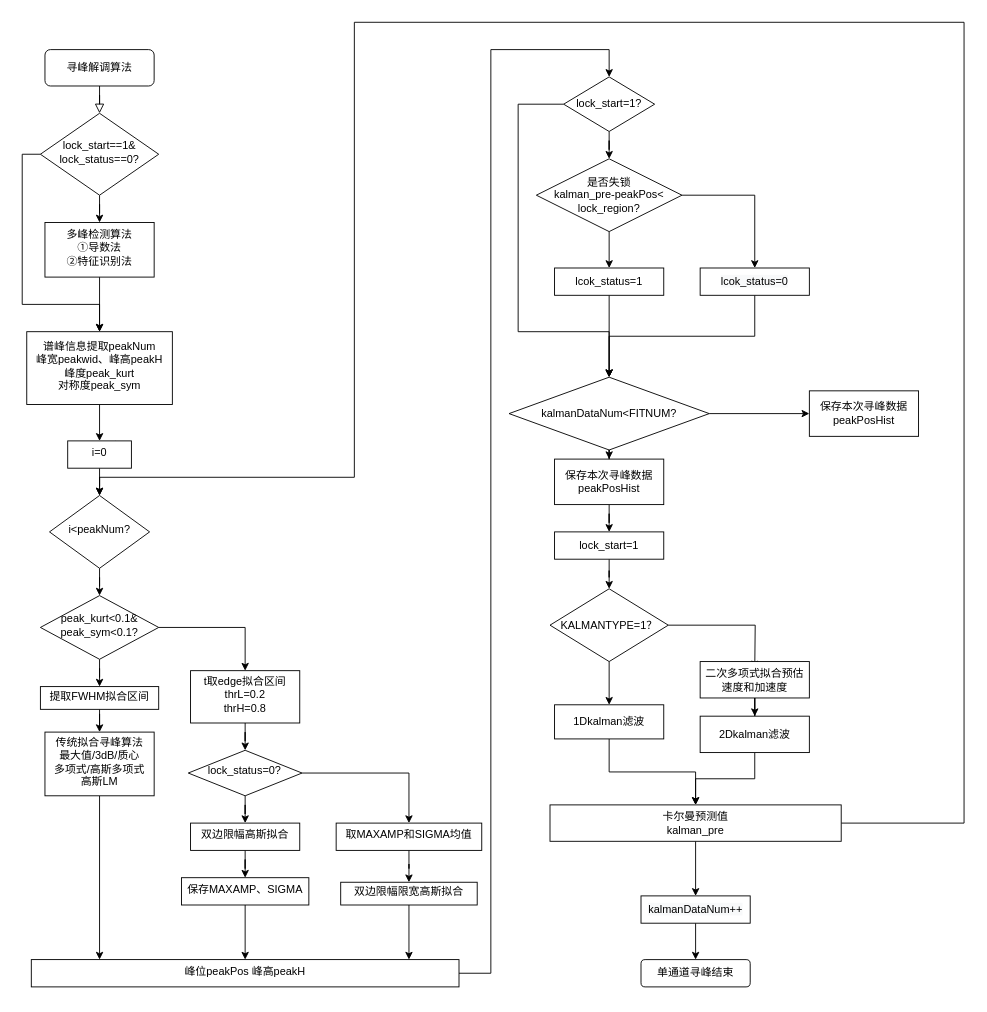
Before: Untitled Diagram.drawio in xsl11/HelloWorld, a draw.io diagram. Source tidied: cells renumbered, new cells numbered last; positions are measured from the earlier drawing's top-left corner, leaving out a move shared by most shapes. Both pictures are drawn from the tidied source at 91%, with x=0, y=0 at pixel (22, 22).
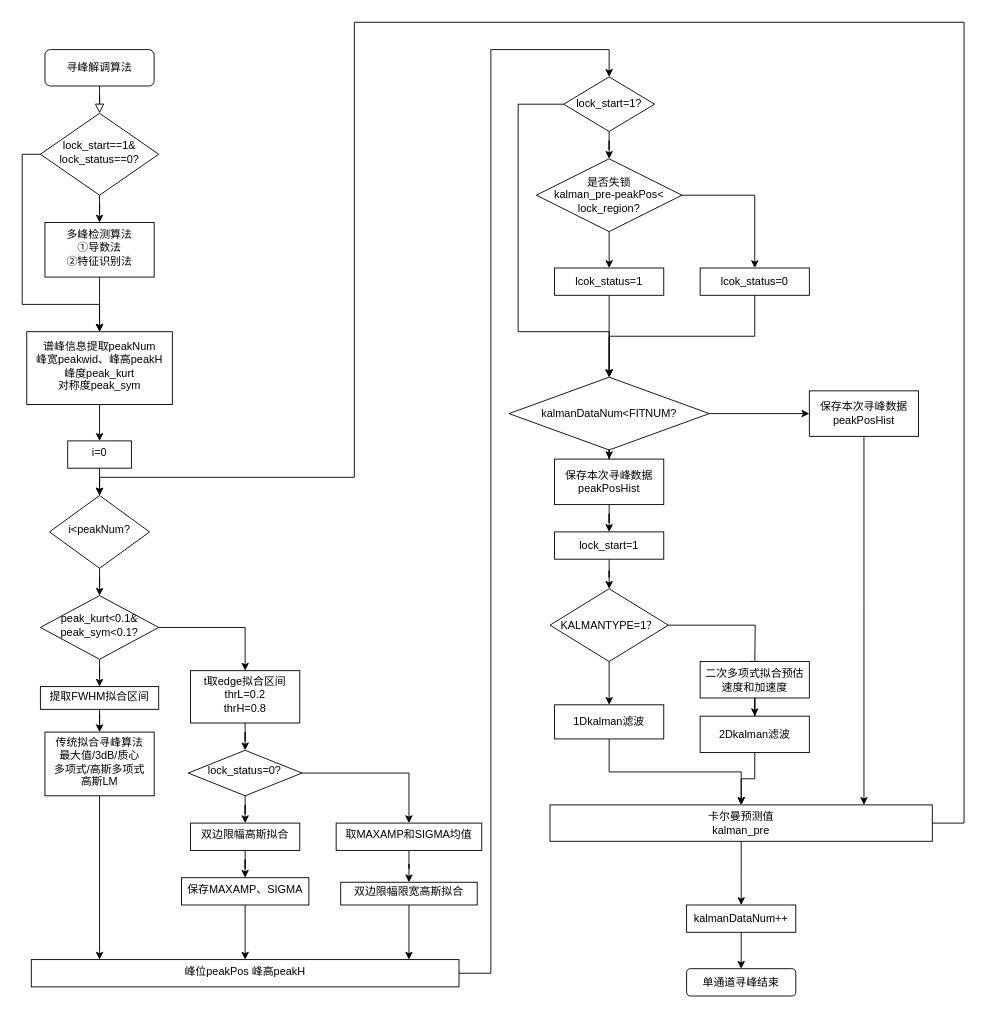
After the change.

The change refers to these unchanged cells:
```xml
<mxCell id="52" value="保存本次寻峰数据&lt;br&gt;peakPosHist" style="whiteSpace=wrap;html=1;" parent="1" vertex="1">
  <mxGeometry x="864.9" y="405" width="120" height="50" as="geometry" />
</mxCell>
```

What changed in the source:
```diff
@@
     <mxCell id="7" value="单通道寻峰结束" style="rounded=1;whiteSpace=wrap;html=1;fontSize=12;glass=0;strokeWidth=1;shadow=0;" parent="1" vertex="1">
-      <mxGeometry x="679.9" y="1030" width="120" height="30" as="geometry" />
+      <mxGeometry x="730" y="1040" width="120" height="30" as="geometry" />
     </mxCell>
@@
+    <mxCell id="71" style="edgeStyle=orthogonalEdgeStyle;rounded=0;jettySize=auto;html=1;exitX=0.5;exitY=1;exitDx=0;exitDy=0;" parent="1" edge="1" source="52" target="66">
+      <mxGeometry relative="1" as="geometry">
+        <Array as="points">
+          <mxPoint x="925" y="640" />
+          <mxPoint x="925" y="640" />
+        </Array>
+      </mxGeometry>
+    </mxCell>
@@
     <mxCell id="66" value="卡尔曼预测值&lt;br&gt;kalman_pre" style="whiteSpace=wrap;html=1;" parent="1" vertex="1">
-      <mxGeometry x="579.9" y="860" width="320" height="40" as="geometry" />
+      <mxGeometry x="579.9" y="860" width="420.1" height="40" as="geometry" />
     </mxCell>
@@
     <mxCell id="68" value="&lt;span style=&quot;color: rgb(0 , 0 , 0) ; font-family: &amp;#34;helvetica&amp;#34; ; font-size: 12px ; font-style: normal ; font-weight: 400 ; letter-spacing: normal ; text-align: center ; text-indent: 0px ; text-transform: none ; word-spacing: 0px ; background-color: rgb(248 , 249 , 250) ; display: inline ; float: none&quot;&gt;kalmanDataNum++&lt;/span&gt;" style="whiteSpace=wrap;html=1;" parent="1" vertex="1">
-      <mxGeometry x="679.9" y="960" width="120" height="30" as="geometry" />
+      <mxGeometry x="730" y="970" width="120" height="30" as="geometry" />
     </mxCell>
```
